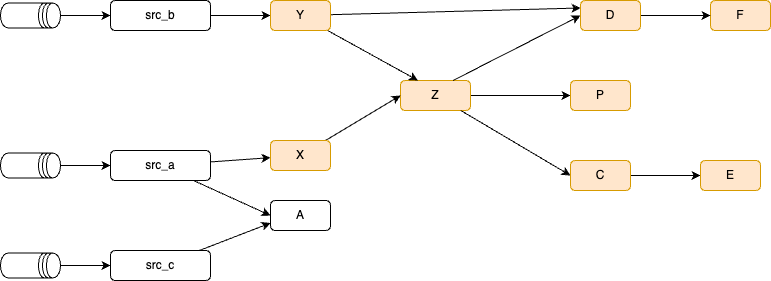
Above: docs/images/flink_pipeline_for_test.drawio.png in jbcodeforce/shift_left_utils (draw.io), before the change. Source tidied: cells renumbered, new cells last; positions are measured from the earlier drawing's top-left corner, leaving out a move shared by most shapes. The source it was exported from:
```xml
<mxGraphModel>
  <root>
    <mxCell id="0" />
    <mxCell id="1" parent="0" />
    <mxCell id="2" value="src_c" style="rounded=1;whiteSpace=wrap;html=1;" parent="1" vertex="1">
      <mxGeometry x="110" y="250" width="100" height="30" as="geometry" />
    </mxCell>
    <mxCell id="3" style="edgeStyle=none;html=1;" parent="1" edge="1" source="4" target="25">
      <mxGeometry relative="1" as="geometry" />
    </mxCell>
    <mxCell id="4" value="src_a" style="rounded=1;whiteSpace=wrap;html=1;" parent="1" vertex="1">
      <mxGeometry x="110" y="150" width="100" height="30" as="geometry" />
    </mxCell>
    <mxCell id="5" value="src_b" style="rounded=1;whiteSpace=wrap;html=1;" parent="1" vertex="1">
      <mxGeometry x="110" width="100" height="30" as="geometry" />
    </mxCell>
    <mxCell id="6" style="edgeStyle=none;html=1;" parent="1" edge="1" source="7" target="22">
      <mxGeometry relative="1" as="geometry" />
    </mxCell>
    <mxCell id="7" value="Z" style="rounded=1;whiteSpace=wrap;html=1;fillColor=#ffe6cc;strokeColor=#d79b00;" parent="1" vertex="1">
      <mxGeometry x="400" y="80" width="70" height="30" as="geometry" />
    </mxCell>
    <mxCell id="8" style="edgeStyle=none;html=1;entryX=0;entryY=0.5;entryDx=0;entryDy=0;exitX=1;exitY=0.5;exitDx=0;exitDy=0;" parent="1" edge="1" source="19" target="9">
      <mxGeometry relative="1" as="geometry" />
    </mxCell>
    <mxCell id="9" value="E" style="rounded=1;whiteSpace=wrap;html=1;fillColor=#ffe6cc;strokeColor=#d79b00;" parent="1" vertex="1">
      <mxGeometry x="700" y="160" width="60" height="30" as="geometry" />
    </mxCell>
    <mxCell id="10" value="F" style="rounded=1;whiteSpace=wrap;html=1;fillColor=#ffe6cc;strokeColor=#d79b00;" parent="1" vertex="1">
      <mxGeometry x="710" width="60" height="30" as="geometry" />
    </mxCell>
    <mxCell id="11" style="edgeStyle=none;html=1;entryX=0;entryY=0.5;entryDx=0;entryDy=0;" parent="1" edge="1" source="5" target="18">
      <mxGeometry relative="1" as="geometry" />
    </mxCell>
    <mxCell id="12" style="edgeStyle=none;html=1;entryX=0;entryY=0.5;entryDx=0;entryDy=0;" parent="1" edge="1" source="4" target="23">
      <mxGeometry relative="1" as="geometry" />
    </mxCell>
    <mxCell id="13" style="edgeStyle=none;html=1;entryX=0;entryY=0.75;entryDx=0;entryDy=0;" parent="1" edge="1" source="2" target="23">
      <mxGeometry relative="1" as="geometry" />
    </mxCell>
    <mxCell id="14" style="edgeStyle=none;html=1;entryX=0;entryY=0.5;entryDx=0;entryDy=0;" parent="1" edge="1" source="7" target="19">
      <mxGeometry relative="1" as="geometry" />
    </mxCell>
    <mxCell id="15" style="edgeStyle=none;html=1;entryX=0;entryY=0.5;entryDx=0;entryDy=0;exitX=0.75;exitY=0;exitDx=0;exitDy=0;" parent="1" edge="1" source="7" target="21">
      <mxGeometry relative="1" as="geometry" />
    </mxCell>
    <mxCell id="16" style="edgeStyle=none;html=1;entryX=0.25;entryY=0;entryDx=0;entryDy=0;" parent="1" edge="1" source="18" target="7">
      <mxGeometry relative="1" as="geometry" />
    </mxCell>
    <mxCell id="17" style="edgeStyle=none;html=1;entryX=0;entryY=0.25;entryDx=0;entryDy=0;" parent="1" edge="1" source="18" target="21">
      <mxGeometry relative="1" as="geometry" />
    </mxCell>
    <mxCell id="18" value="Y" style="rounded=1;whiteSpace=wrap;html=1;fillColor=#ffe6cc;strokeColor=#d79b00;" parent="1" vertex="1">
      <mxGeometry x="270" width="60" height="30" as="geometry" />
    </mxCell>
    <mxCell id="19" value="C" style="rounded=1;whiteSpace=wrap;html=1;fillColor=#ffe6cc;strokeColor=#d79b00;" parent="1" vertex="1">
      <mxGeometry x="570" y="160" width="60" height="30" as="geometry" />
    </mxCell>
    <mxCell id="20" style="edgeStyle=none;html=1;exitX=1;exitY=0.5;exitDx=0;exitDy=0;entryX=0;entryY=0.5;entryDx=0;entryDy=0;" parent="1" edge="1" source="21" target="10">
      <mxGeometry relative="1" as="geometry" />
    </mxCell>
    <mxCell id="21" value="D" style="rounded=1;whiteSpace=wrap;html=1;fillColor=#ffe6cc;strokeColor=#d79b00;" parent="1" vertex="1">
      <mxGeometry x="580" width="60" height="30" as="geometry" />
    </mxCell>
    <mxCell id="22" value="P" style="rounded=1;whiteSpace=wrap;html=1;fillColor=#ffe6cc;strokeColor=#d79b00;" parent="1" vertex="1">
      <mxGeometry x="570" y="80" width="60" height="30" as="geometry" />
    </mxCell>
    <mxCell id="23" value="A" style="rounded=1;whiteSpace=wrap;html=1;" parent="1" vertex="1">
      <mxGeometry x="270" y="200" width="60" height="30" as="geometry" />
    </mxCell>
    <mxCell id="24" style="edgeStyle=none;html=1;entryX=0;entryY=0.5;entryDx=0;entryDy=0;" parent="1" edge="1" source="25" target="7">
      <mxGeometry relative="1" as="geometry" />
    </mxCell>
    <mxCell id="25" value="X" style="rounded=1;whiteSpace=wrap;html=1;fillColor=#ffe6cc;strokeColor=#d79b00;" parent="1" vertex="1">
      <mxGeometry x="270" y="140" width="60" height="30" as="geometry" />
    </mxCell>
    <mxCell id="26" style="edgeStyle=none;html=1;entryX=0;entryY=0.5;entryDx=0;entryDy=0;" parent="1" edge="1" source="27" target="5">
      <mxGeometry relative="1" as="geometry" />
    </mxCell>
    <mxCell id="27" style="shape=datastore;whiteSpace=wrap;html=1;direction=south;" parent="1" vertex="1">
      <mxGeometry y="2.5" width="60" height="25" as="geometry" />
    </mxCell>
    <mxCell id="28" style="edgeStyle=none;html=1;entryX=0;entryY=0.5;entryDx=0;entryDy=0;" parent="1" edge="1" source="29" target="4">
      <mxGeometry relative="1" as="geometry" />
    </mxCell>
    <mxCell id="29" style="shape=datastore;whiteSpace=wrap;html=1;direction=south;" parent="1" vertex="1">
      <mxGeometry y="152.5" width="60" height="25" as="geometry" />
    </mxCell>
    <mxCell id="30" style="edgeStyle=none;html=1;entryX=0;entryY=0.5;entryDx=0;entryDy=0;" parent="1" edge="1" source="31" target="2">
      <mxGeometry relative="1" as="geometry" />
    </mxCell>
    <mxCell id="31" style="shape=datastore;whiteSpace=wrap;html=1;direction=south;" parent="1" vertex="1">
      <mxGeometry y="252.5" width="60" height="25" as="geometry" />
    </mxCell>
  </root>
</mxGraphModel>
```
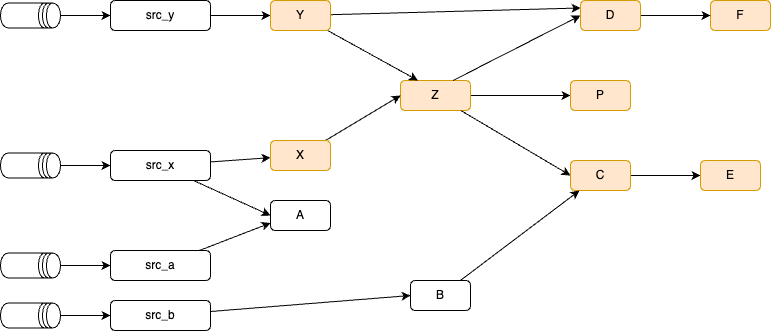
Above is the later version.

Diff of the diagram source:
```diff
@@ -2,16 +2,16 @@
   <root>
     <mxCell id="0" />
     <mxCell id="1" parent="0" />
-    <mxCell id="2" value="src_c" style="rounded=1;whiteSpace=wrap;html=1;" parent="1" vertex="1">
+    <mxCell id="2" value="src_a" style="rounded=1;whiteSpace=wrap;html=1;" parent="1" vertex="1">
       <mxGeometry x="110" y="250" width="100" height="30" as="geometry" />
     </mxCell>
     <mxCell id="3" style="edgeStyle=none;html=1;" parent="1" edge="1" source="4" target="25">
       <mxGeometry relative="1" as="geometry" />
     </mxCell>
-    <mxCell id="4" value="src_a" style="rounded=1;whiteSpace=wrap;html=1;" parent="1" vertex="1">
+    <mxCell id="4" value="src_x" style="rounded=1;whiteSpace=wrap;html=1;" parent="1" vertex="1">
       <mxGeometry x="110" y="150" width="100" height="30" as="geometry" />
     </mxCell>
-    <mxCell id="5" value="src_b" style="rounded=1;whiteSpace=wrap;html=1;" parent="1" vertex="1">
+    <mxCell id="5" value="src_y" style="rounded=1;whiteSpace=wrap;html=1;" parent="1" vertex="1">
       <mxGeometry x="110" width="100" height="30" as="geometry" />
     </mxCell>
     <mxCell id="6" style="edgeStyle=none;html=1;" parent="1" edge="1" source="7" target="22">
@@ -92,5 +92,23 @@
     <mxCell id="31" style="shape=datastore;whiteSpace=wrap;html=1;direction=south;" parent="1" vertex="1">
       <mxGeometry y="252.5" width="60" height="25" as="geometry" />
     </mxCell>
+    <mxCell id="32" value="B" style="rounded=1;whiteSpace=wrap;html=1;" parent="1" vertex="1">
+      <mxGeometry x="410" y="280" width="60" height="30" as="geometry" />
+    </mxCell>
+    <mxCell id="33" style="edgeStyle=none;html=1;entryX=0.15;entryY=1;entryDx=0;entryDy=0;entryPerimeter=0;" parent="1" edge="1" source="32" target="19">
+      <mxGeometry relative="1" as="geometry" />
+    </mxCell>
+    <mxCell id="34" style="edgeStyle=none;html=1;entryX=0;entryY=0.5;entryDx=0;entryDy=0;" parent="1" edge="1" source="35" target="32">
+      <mxGeometry relative="1" as="geometry" />
+    </mxCell>
+    <mxCell id="35" value="src_b" style="rounded=1;whiteSpace=wrap;html=1;" parent="1" vertex="1">
+      <mxGeometry x="110" y="300" width="100" height="30" as="geometry" />
+    </mxCell>
+    <mxCell id="36" style="edgeStyle=none;html=1;" parent="1" edge="1" source="37" target="35">
+      <mxGeometry relative="1" as="geometry" />
+    </mxCell>
+    <mxCell id="37" style="shape=datastore;whiteSpace=wrap;html=1;direction=south;" parent="1" vertex="1">
+      <mxGeometry y="302.5" width="60" height="25" as="geometry" />
+    </mxCell>
   </root>
 </mxGraphModel>
```
